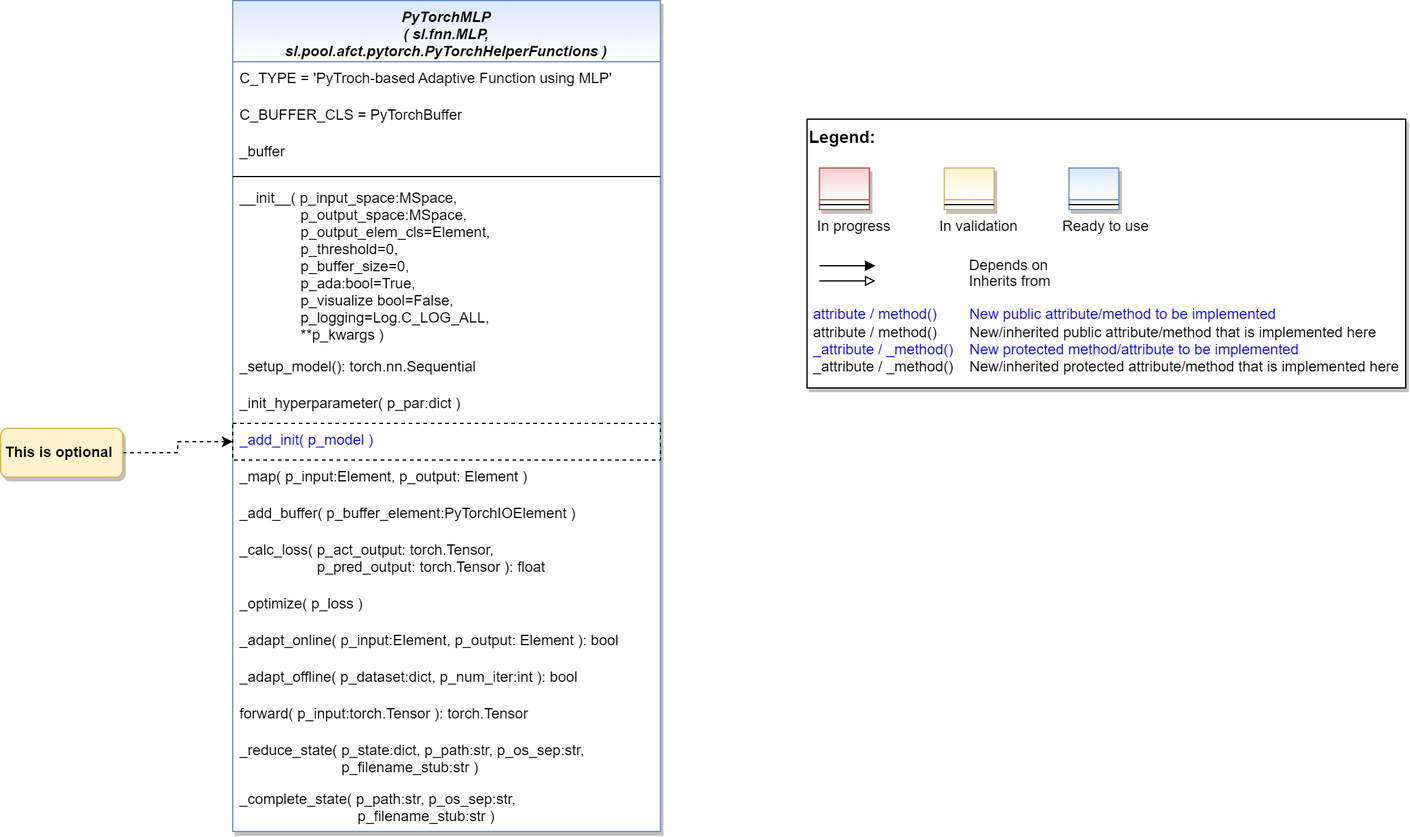
Above: doc/rtd/content/04_appendices/appendix2/sub/pool/mlpro_sl/afct/images/MLPro-SL-pool-afct-fnn-pytorch_class_diagram.drawio.png in fhswf/MLPro (draw.io), before the change. Source tidied: cells renumbered, new cells last; positions are measured from the earlier drawing's top-left corner, leaving out a move shared by most shapes.
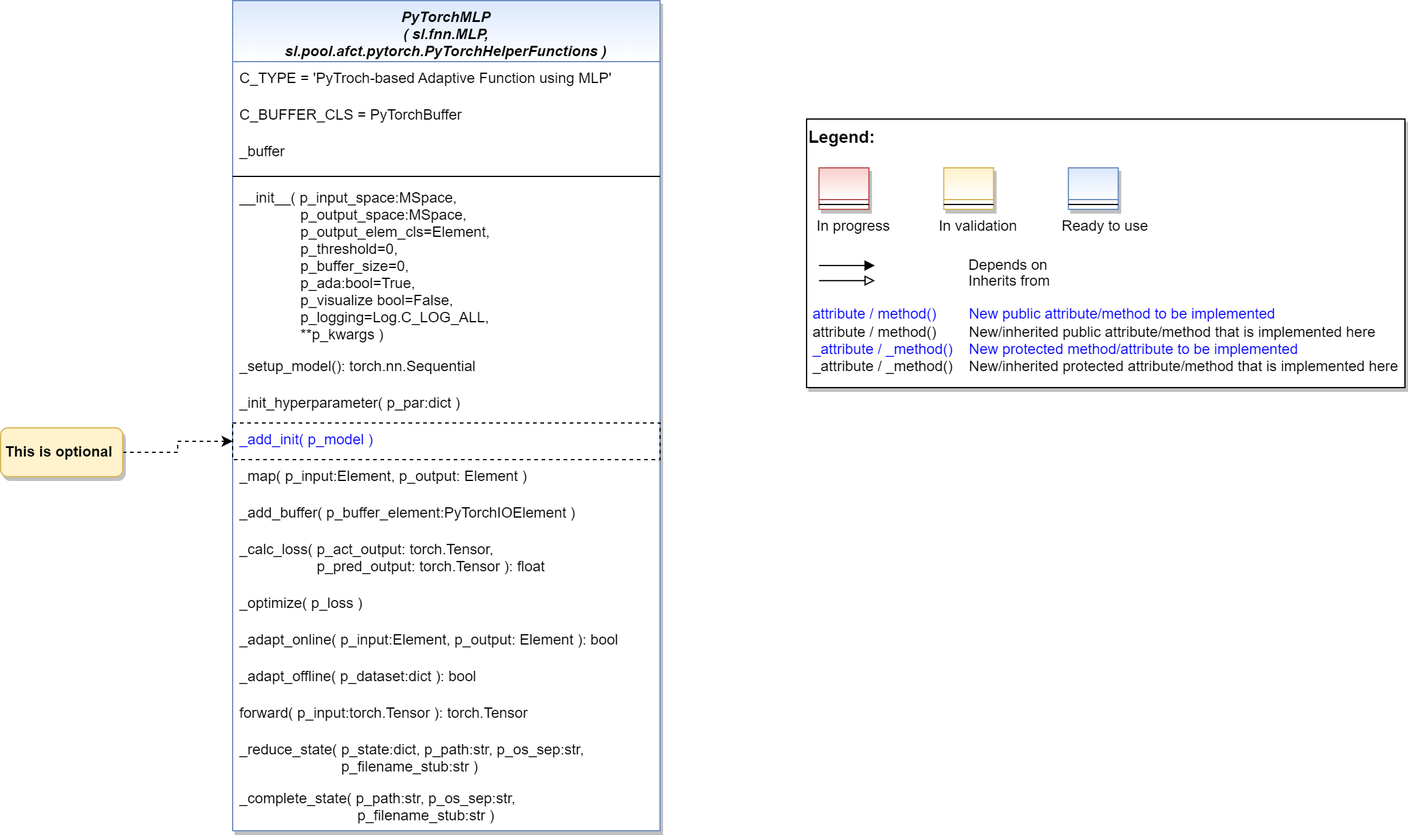
After the change.

Diff of the diagram source:
```diff
@@ -85,7 +85,7 @@
     <mxCell id="25" value="_adapt_online( p_input:Element, p_output: Element ): bool" style="text;align=left;verticalAlign=top;spacingLeft=4;spacingRight=4;overflow=hidden;fontColor=#000000;" parent="12" vertex="1">
       <mxGeometry y="510" width="350" height="30" as="geometry" />
     </mxCell>
-    <mxCell id="26" value="_adapt_offline( p_dataset:dict, p_num_iter:int ): bool" style="text;align=left;verticalAlign=top;spacingLeft=4;spacingRight=4;overflow=hidden;fontColor=#000000;strokeColor=none;dashed=1;" parent="12" vertex="1">
+    <mxCell id="26" value="_adapt_offline( p_dataset:dict ): bool" style="text;align=left;verticalAlign=top;spacingLeft=4;spacingRight=4;overflow=hidden;fontColor=#000000;strokeColor=none;dashed=1;" parent="12" vertex="1">
       <mxGeometry y="540" width="350" height="30" as="geometry" />
     </mxCell>
     <mxCell id="27" value="forward( p_input:torch.Tensor ): torch.Tensor" style="text;align=left;verticalAlign=top;spacingLeft=4;spacingRight=4;overflow=hidden;fontColor=#000000;" parent="12" vertex="1">
```
